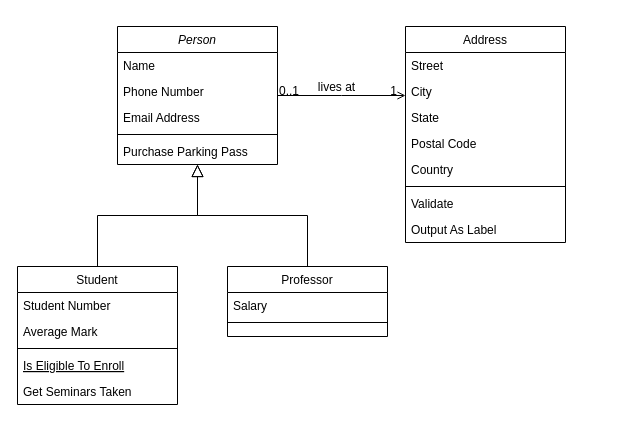
This is diagrama_nivelacion_ciclo_1.drawio from jeissonj/mision_tic_2022, a draw.io file, before an edit. Source tidied: cells renumbered, new cells numbered last; positions are measured from the earlier drawing's top-left corner, leaving out a move shared by most shapes. Both pictures are drawn from the tidied source at 100%, with x=0, y=0 at pixel (17, 26).
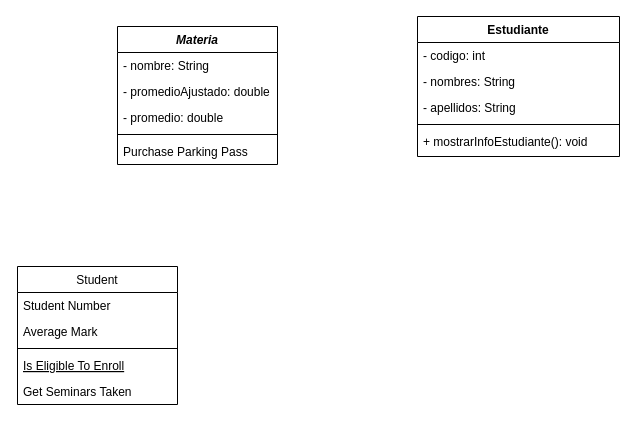
After the change.

Unchanged cells that the change refers to:
```xml
<mxCell id="8" value="Student" style="swimlane;fontStyle=0;align=center;verticalAlign=top;horizontal=1;startSize=26;rounded=0;shadow=0;strokeWidth=1;" parent="1" vertex="1">
  <mxGeometry y="240" width="160" height="138" as="geometry" />
</mxCell>
```

What changed in the source:
```diff
@@
-    <mxCell id="2" value="Person" style="swimlane;fontStyle=2;align=center;verticalAlign=top;horizontal=1;startSize=26;rounded=0;shadow=0;strokeWidth=1;" parent="1" vertex="1">
+    <mxCell id="2" value="Materia" style="swimlane;fontStyle=3;align=center;verticalAlign=top;horizontal=1;startSize=26;rounded=0;shadow=0;strokeWidth=1;" parent="1" vertex="1">
       <mxGeometry x="100" width="160" height="138" as="geometry" />
     </mxCell>
-    <mxCell id="3" value="Name" style="text;align=left;verticalAlign=top;spacingLeft=4;spacingRight=4;overflow=hidden;" parent="2" vertex="1">
+    <mxCell id="3" value="- nombre: String" style="text;align=left;verticalAlign=top;spacingLeft=4;spacingRight=4;overflow=hidden;" parent="2" vertex="1">
       <mxGeometry y="26" width="160" height="26" as="geometry" />
     </mxCell>
-    <mxCell id="4" value="Phone Number" style="text;align=left;verticalAlign=top;spacingLeft=4;spacingRight=4;overflow=hidden;rounded=0;shadow=0;html=0;" parent="2" vertex="1">
+    <mxCell id="4" value="- promedioAjustado: double" style="text;align=left;verticalAlign=top;spacingLeft=4;spacingRight=4;overflow=hidden;rounded=0;shadow=0;html=0;" parent="2" vertex="1">
       <mxGeometry y="52" width="160" height="26" as="geometry" />
     </mxCell>
-    <mxCell id="5" value="Email Address" style="text;align=left;verticalAlign=top;spacingLeft=4;spacingRight=4;overflow=hidden;rounded=0;shadow=0;html=0;" parent="2" vertex="1">
+    <mxCell id="5" value="- promedio: double" style="text;align=left;verticalAlign=top;spacingLeft=4;spacingRight=4;overflow=hidden;rounded=0;shadow=0;html=0;" parent="2" vertex="1">
       <mxGeometry y="78" width="160" height="26" as="geometry" />
     </mxCell>
@@
-    <mxCell id="14" style="endArrow=block;endSize=10;endFill=0;shadow=0;strokeWidth=1;rounded=0;edgeStyle=elbowEdgeStyle;elbow=vertical;" parent="1" edge="1" source="8" target="2">
-      <mxGeometry relative="1" as="geometry" />
-    </mxCell>
-    <mxCell id="15" value="Professor" style="swimlane;fontStyle=0;align=center;verticalAlign=top;horizontal=1;startSize=26;rounded=0;shadow=0;strokeWidth=1;" parent="1" vertex="1">
-      <mxGeometry x="210" y="240" width="160" height="70" as="geometry" />
-    </mxCell>
-    <mxCell id="16" value="Salary" style="text;align=left;verticalAlign=top;spacingLeft=4;spacingRight=4;overflow=hidden;" parent="15" vertex="1">
-      <mxGeometry y="26" width="160" height="26" as="geometry" />
-    </mxCell>
-    <mxCell id="17" style="line;html=1;strokeWidth=1;align=left;verticalAlign=middle;spacingTop=-1;spacingLeft=3;spacingRight=3;labelPosition=right;" parent="15" vertex="1">
-      <mxGeometry y="52" width="160" height="8" as="geometry" />
-    </mxCell>
-    <mxCell id="18" style="endArrow=block;endSize=10;endFill=0;shadow=0;strokeWidth=1;rounded=0;edgeStyle=elbowEdgeStyle;elbow=vertical;" parent="1" edge="1" source="15" target="2">
-      <mxGeometry relative="1" as="geometry" />
-    </mxCell>
-    <mxCell id="19" value="Address" style="swimlane;fontStyle=0;align=center;verticalAlign=top;horizontal=1;startSize=26;rounded=0;shadow=0;strokeWidth=1;" parent="1" vertex="1">
-      <mxGeometry x="388" width="160" height="216" as="geometry" />
+    <mxCell id="19" value="Estudiante" style="swimlane;fontStyle=1;align=center;verticalAlign=top;horizontal=1;startSize=26;rounded=0;shadow=0;strokeWidth=1;" parent="1" vertex="1">
+      <mxGeometry x="400" y="-10" width="202" height="140" as="geometry" />
     </mxCell>
-    <mxCell id="20" value="Street" style="text;align=left;verticalAlign=top;spacingLeft=4;spacingRight=4;overflow=hidden;" parent="19" vertex="1">
-      <mxGeometry y="26" width="160" height="26" as="geometry" />
+    <mxCell id="20" value="- codigo: int" style="text;align=left;verticalAlign=top;spacingLeft=4;spacingRight=4;overflow=hidden;" parent="19" vertex="1">
+      <mxGeometry y="26" width="202" height="26" as="geometry" />
     </mxCell>
-    <mxCell id="21" value="City" style="text;align=left;verticalAlign=top;spacingLeft=4;spacingRight=4;overflow=hidden;rounded=0;shadow=0;html=0;" parent="19" vertex="1">
-      <mxGeometry y="52" width="160" height="26" as="geometry" />
+    <mxCell id="21" value="- nombres: String" style="text;align=left;verticalAlign=top;spacingLeft=4;spacingRight=4;overflow=hidden;rounded=0;shadow=0;html=0;" parent="19" vertex="1">
+      <mxGeometry y="52" width="202" height="26" as="geometry" />
     </mxCell>
-    <mxCell id="22" value="State" style="text;align=left;verticalAlign=top;spacingLeft=4;spacingRight=4;overflow=hidden;rounded=0;shadow=0;html=0;" parent="19" vertex="1">
-      <mxGeometry y="78" width="160" height="26" as="geometry" />
+    <mxCell id="22" value="- apellidos: String" style="text;align=left;verticalAlign=top;spacingLeft=4;spacingRight=4;overflow=hidden;rounded=0;shadow=0;html=0;" parent="19" vertex="1">
+      <mxGeometry y="78" width="202" height="26" as="geometry" />
     </mxCell>
-    <mxCell id="23" value="Postal Code" style="text;align=left;verticalAlign=top;spacingLeft=4;spacingRight=4;overflow=hidden;rounded=0;shadow=0;html=0;" parent="19" vertex="1">
-      <mxGeometry y="104" width="160" height="26" as="geometry" />
-    </mxCell>
-    <mxCell id="24" value="Country" style="text;align=left;verticalAlign=top;spacingLeft=4;spacingRight=4;overflow=hidden;rounded=0;shadow=0;html=0;" parent="19" vertex="1">
-      <mxGeometry y="130" width="160" height="26" as="geometry" />
-    </mxCell>
     <mxCell id="25" style="line;html=1;strokeWidth=1;align=left;verticalAlign=middle;spacingTop=-1;spacingLeft=3;spacingRight=3;labelPosition=right;" parent="19" vertex="1">
-      <mxGeometry y="156" width="160" height="8" as="geometry" />
+      <mxGeometry y="104" width="202" height="8" as="geometry" />
     </mxCell>
-    <mxCell id="26" value="Validate" style="text;align=left;verticalAlign=top;spacingLeft=4;spacingRight=4;overflow=hidden;" parent="19" vertex="1">
-      <mxGeometry y="164" width="160" height="26" as="geometry" />
+    <mxCell id="26" value="+ mostrarInfoEstudiante(): void" style="text;align=left;verticalAlign=top;spacingLeft=4;spacingRight=4;overflow=hidden;" parent="19" vertex="1">
+      <mxGeometry y="112" width="202" height="26" as="geometry" />
     </mxCell>
-    <mxCell id="27" value="Output As Label" style="text;align=left;verticalAlign=top;spacingLeft=4;spacingRight=4;overflow=hidden;" parent="19" vertex="1">
-      <mxGeometry y="190" width="160" height="26" as="geometry" />
-    </mxCell>
-    <mxCell id="28" style="endArrow=open;shadow=0;strokeWidth=1;rounded=0;endFill=1;edgeStyle=elbowEdgeStyle;elbow=vertical;" parent="1" edge="1" source="2" target="19">
-      <mxGeometry x="0.5" y="41" relative="1" as="geometry">
-        <mxPoint x="-40" y="32" as="offset" />
-      </mxGeometry>
-    </mxCell>
-    <mxCell id="29" value="0..1" style="align=left;verticalAlign=bottom;labelBackgroundColor=none;fontSize=12;" parent="28" vertex="1">
-      <mxGeometry x="-1" relative="1" as="geometry">
-        <mxPoint y="4" as="offset" />
-      </mxGeometry>
-    </mxCell>
-    <mxCell id="30" value="1" style="align=right;verticalAlign=bottom;labelBackgroundColor=none;fontSize=12;" parent="28" vertex="1">
-      <mxGeometry x="1" relative="1" as="geometry">
-        <mxPoint x="-7" y="4" as="offset" />
-      </mxGeometry>
-    </mxCell>
-    <mxCell id="31" value="lives at" style="text;html=1;align=center;verticalAlign=middle;labelBackgroundColor=none;rounded=0;shadow=0;strokeWidth=1;fontSize=12;" parent="28" vertex="1">
-      <mxGeometry x="0.5" y="49" relative="1" as="geometry">
-        <mxPoint x="-38" y="40" as="offset" />
-      </mxGeometry>
-    </mxCell>
```
